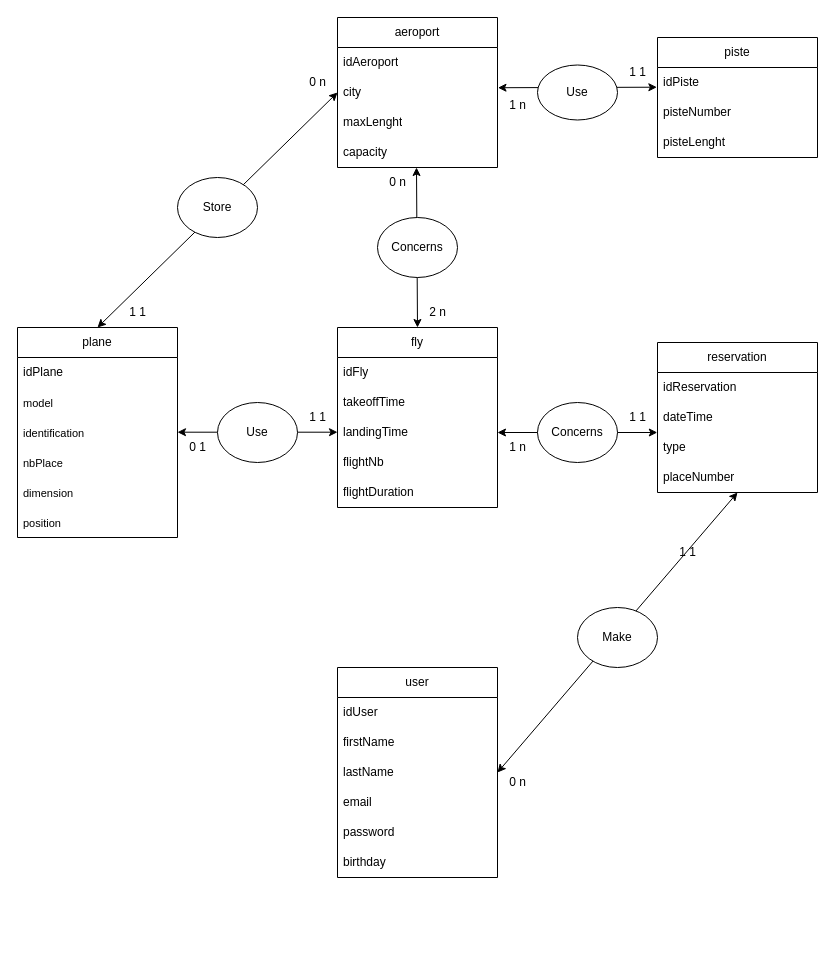
This is MCD Flying Web.drawio from Evan-Duval/Flying-Web, a draw.io file, before an edit. Source tidied: cells renumbered, new cells numbered last; positions are measured from the earlier drawing's top-left corner, leaving out a move shared by most shapes. Both pictures are drawn from the tidied source at 100%, with x=0, y=0 at pixel (17, 17).
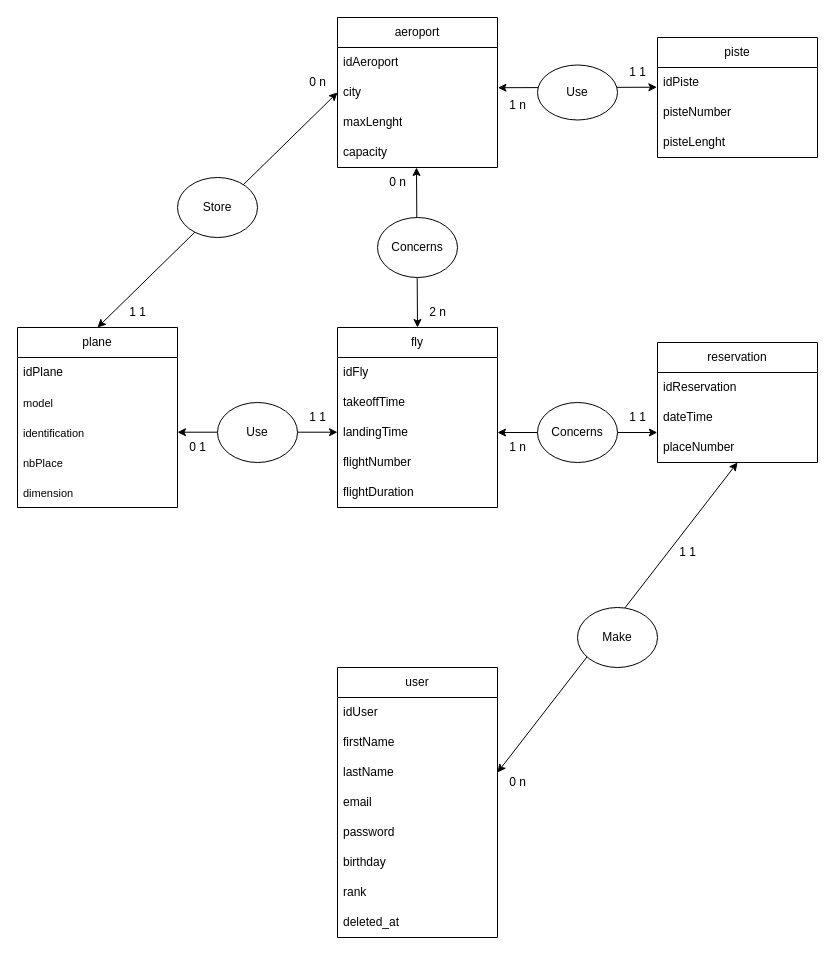
The same diagram, later.

Commit message:
Mettre à jour MCD Flying Web.drawio

The change refers to these unchanged cells:
```xml
<mxCell id="14" value="fly" style="swimlane;fontStyle=0;horizontal=1;startSize=30;whiteSpace=wrap;html=1;" parent="1" vertex="1">
  <mxGeometry x="320" y="310" width="160" height="180" as="geometry" />
</mxCell>
```

The edit, as a diff of the source:
```diff
@@
     <mxCell id="2" value="plane" style="swimlane;fontStyle=0;horizontal=1;startSize=30;whiteSpace=wrap;html=1;" parent="1" vertex="1">
-      <mxGeometry y="310" width="160" height="210" as="geometry" />
+      <mxGeometry y="310" width="160" height="180" as="geometry" />
     </mxCell>
@@
-    <mxCell id="8" value="&lt;p style=&quot;margin: 0px; font-style: normal; font-variant-caps: normal; font-stretch: normal; font-size: 11px; line-height: normal; font-size-adjust: none; font-kerning: auto; font-variant-alternates: normal; font-variant-ligatures: normal; font-variant-numeric: normal; font-variant-east-asian: normal; font-variant-position: normal; font-variant-emoji: normal; font-feature-settings: normal; font-optical-sizing: auto; font-variation-settings: normal;&quot;&gt;position&lt;/p&gt;" style="text;strokeColor=none;fillColor=none;align=left;verticalAlign=middle;spacingLeft=4;spacingRight=4;overflow=hidden;whiteSpace=wrap;html=1;" parent="2" vertex="1">
-      <mxGeometry y="180" width="160" height="30" as="geometry" />
-    </mxCell>
@@
-    <mxCell id="18" value="flightNb" style="text;strokeColor=none;fillColor=none;align=left;verticalAlign=middle;spacingLeft=4;spacingRight=4;overflow=hidden;whiteSpace=wrap;html=1;" parent="14" vertex="1">
+    <mxCell id="18" value="flightNumber" style="text;strokeColor=none;fillColor=none;align=left;verticalAlign=middle;spacingLeft=4;spacingRight=4;overflow=hidden;whiteSpace=wrap;html=1;" parent="14" vertex="1">
       <mxGeometry y="120" width="160" height="30" as="geometry" />
     </mxCell>
@@
     <mxCell id="20" value="user" style="swimlane;fontStyle=0;horizontal=1;startSize=30;whiteSpace=wrap;html=1;" parent="1" vertex="1">
-      <mxGeometry x="320" y="650" width="160" height="210" as="geometry" />
+      <mxGeometry x="320" y="650" width="160" height="270" as="geometry" />
     </mxCell>
@@
+    <mxCell id="60" value="rank" style="text;strokeColor=none;fillColor=none;align=left;verticalAlign=middle;spacingLeft=4;spacingRight=4;overflow=hidden;whiteSpace=wrap;html=1;" parent="20" vertex="1">
+      <mxGeometry y="210" width="160" height="30" as="geometry" />
+    </mxCell>
+    <mxCell id="61" value="deleted_at" style="text;strokeColor=none;fillColor=none;align=left;verticalAlign=middle;spacingLeft=4;spacingRight=4;overflow=hidden;whiteSpace=wrap;html=1;" parent="20" vertex="1">
+      <mxGeometry y="240" width="160" height="30" as="geometry" />
+    </mxCell>
@@
     <mxCell id="43" value="reservation" style="swimlane;fontStyle=0;horizontal=1;startSize=30;whiteSpace=wrap;html=1;" parent="1" vertex="1">
-      <mxGeometry x="640" y="325" width="160" height="150" as="geometry" />
+      <mxGeometry x="640" y="325" width="160" height="120" as="geometry" />
     </mxCell>
@@
-    <mxCell id="46" value="type" style="text;strokeColor=none;fillColor=none;align=left;verticalAlign=middle;spacingLeft=4;spacingRight=4;overflow=hidden;whiteSpace=wrap;html=1;" parent="43" vertex="1">
-      <mxGeometry y="90" width="160" height="30" as="geometry" />
-    </mxCell>
     <mxCell id="47" value="placeNumber" style="text;strokeColor=none;fillColor=none;align=left;verticalAlign=middle;spacingLeft=4;spacingRight=4;overflow=hidden;whiteSpace=wrap;html=1;" parent="43" vertex="1">
-      <mxGeometry y="120" width="160" height="30" as="geometry" />
+      <mxGeometry y="90" width="160" height="30" as="geometry" />
     </mxCell>
```
